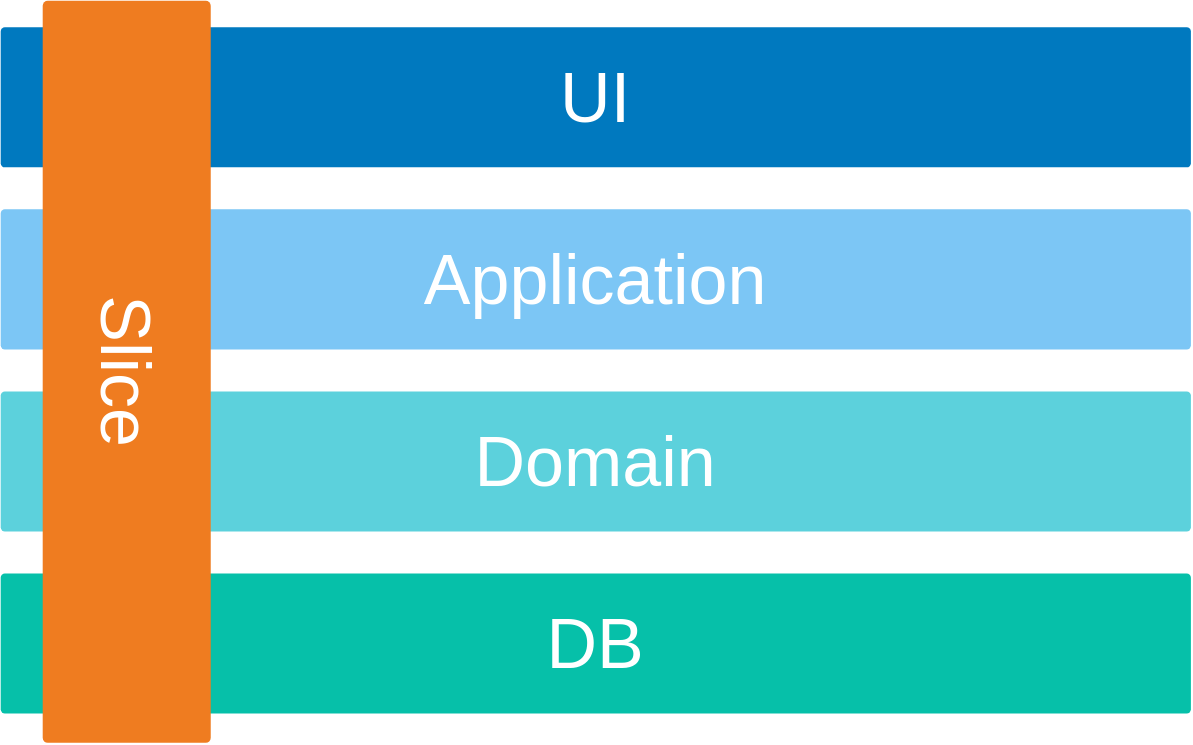
The draw.io diagram docs/3/img3/agile-vertical-slicing.svg in liatrio/devops-bootcamp, before a commit. Source tidied: cells renumbered, new cells last; positions are measured from the earlier drawing's top-left corner, leaving out a move shared by most shapes.
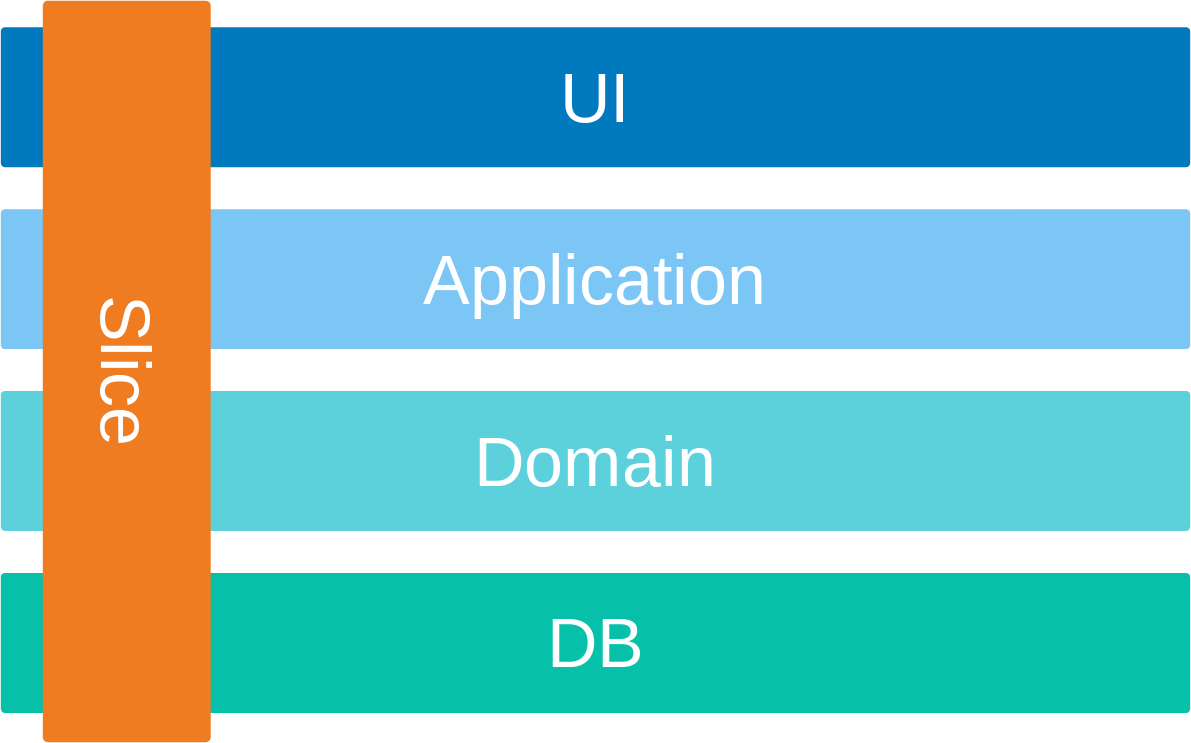
Above is the later version.

Diff of the diagram source:
```diff
@@ -2,19 +2,19 @@
   <root>
     <mxCell id="0" />
     <mxCell id="1" parent="0" />
-    <mxCell id="2" value="UI" style="rounded=1;whiteSpace=wrap;html=1;fontFamily=Helvetica;fontSize=50;fontColor=#ffffff;arcSize=3;strokeColor=none;fillColor=#0079BF;" parent="1" vertex="1">
+    <mxCell id="2" value="UI" style="rounded=1;whiteSpace=wrap;html=1;fontFamily=Open Sans;fontSize=50;fontColor=#ffffff;arcSize=3;strokeColor=none;fillColor=#0079BF;fontSource=https%3A%2F%2Ffonts.googleapis.com%2Fcss%3Ffamily%3DOpen%2BSans;" parent="1" vertex="1">
       <mxGeometry x="175" width="850" height="100" as="geometry" />
     </mxCell>
-    <mxCell id="3" value="Application" style="rounded=1;whiteSpace=wrap;html=1;fontFamily=Helvetica;fontSize=50;arcSize=3;strokeColor=none;fontColor=#FFFFFF;fillColor=#7CC6F5;" parent="1" vertex="1">
+    <mxCell id="3" value="Application" style="rounded=1;whiteSpace=wrap;html=1;fontFamily=Open Sans;fontSize=50;arcSize=3;strokeColor=none;fontColor=#FFFFFF;fillColor=#7CC6F5;fontSource=https%3A%2F%2Ffonts.googleapis.com%2Fcss%3Ffamily%3DOpen%2BSans;" parent="1" vertex="1">
       <mxGeometry x="175" y="130" width="850" height="100" as="geometry" />
     </mxCell>
-    <mxCell id="4" value="Domain" style="rounded=1;whiteSpace=wrap;html=1;fontFamily=Helvetica;fontSize=50;arcSize=3;strokeColor=none;fontColor=#FFFFFF;fillColor=#5CD1DC;" parent="1" vertex="1">
+    <mxCell id="4" value="Domain" style="rounded=1;whiteSpace=wrap;html=1;fontFamily=Open Sans;fontSize=50;arcSize=3;strokeColor=none;fontColor=#FFFFFF;fillColor=#5CD1DC;fontSource=https%3A%2F%2Ffonts.googleapis.com%2Fcss%3Ffamily%3DOpen%2BSans;" parent="1" vertex="1">
       <mxGeometry x="175" y="260" width="850" height="100" as="geometry" />
     </mxCell>
-    <mxCell id="5" value="DB" style="rounded=1;whiteSpace=wrap;html=1;fontFamily=Helvetica;fontSize=50;arcSize=3;strokeColor=none;fontColor=#FFFFFF;fillColor=#06C0A9;" parent="1" vertex="1">
+    <mxCell id="5" value="DB" style="rounded=1;whiteSpace=wrap;html=1;fontFamily=Open Sans;fontSize=50;arcSize=3;strokeColor=none;fontColor=#FFFFFF;fillColor=#06C0A9;fontSource=https%3A%2F%2Ffonts.googleapis.com%2Fcss%3Ffamily%3DOpen%2BSans;" parent="1" vertex="1">
       <mxGeometry x="175" y="390" width="850" height="100" as="geometry" />
     </mxCell>
-    <mxCell id="6" value="Slice" style="rounded=1;whiteSpace=wrap;html=1;arcSize=3;direction=north;fontColor=#ffffff;fontSize=50;fontFamily=Helvetica;rotation=90;imageWidth=25;fillColor=#EF7C20;strokeColor=none;" parent="1" vertex="1">
+    <mxCell id="6" value="Slice" style="rounded=1;whiteSpace=wrap;html=1;arcSize=3;direction=north;fontColor=#ffffff;fontSize=50;fontFamily=Open Sans;rotation=90;imageWidth=25;fillColor=#EF7C20;strokeColor=none;fontSource=https%3A%2F%2Ffonts.googleapis.com%2Fcss%3Ffamily%3DOpen%2BSans;" parent="1" vertex="1">
       <mxGeometry y="186" width="530" height="120" as="geometry" />
     </mxCell>
   </root>
```
